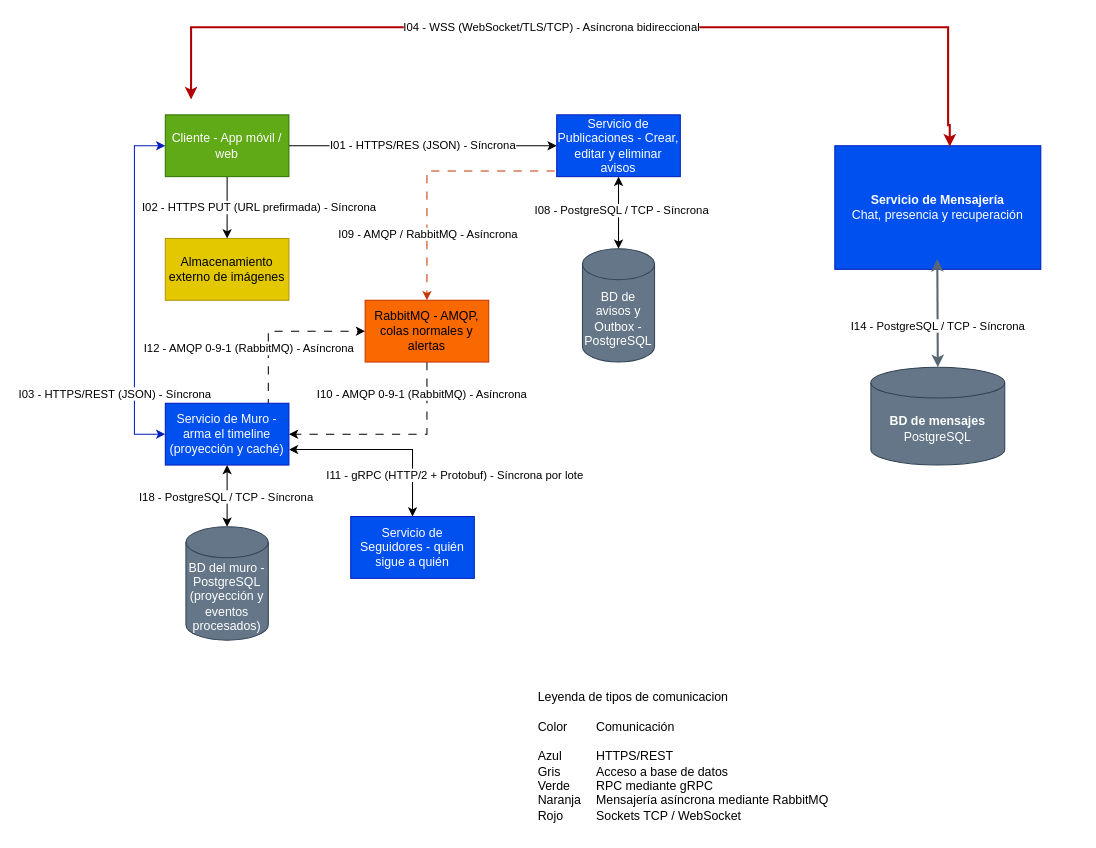
Yukisan-uwo/GA-TL-02-FORM-Modelado-de-Comunicacion-entre-Procesos-Distribuidos keeps this draw.io diagram as Archivo editable y exportado/vecindario.drawio.xml. Above is the earlier version. Source tidied: cells renumbered, new cells numbered last; positions are measured from the earlier drawing's top-left corner, leaving out a move shared by most shapes. Both pictures are drawn from the tidied source at 103%, with x=0, y=0 at pixel (134, 27).
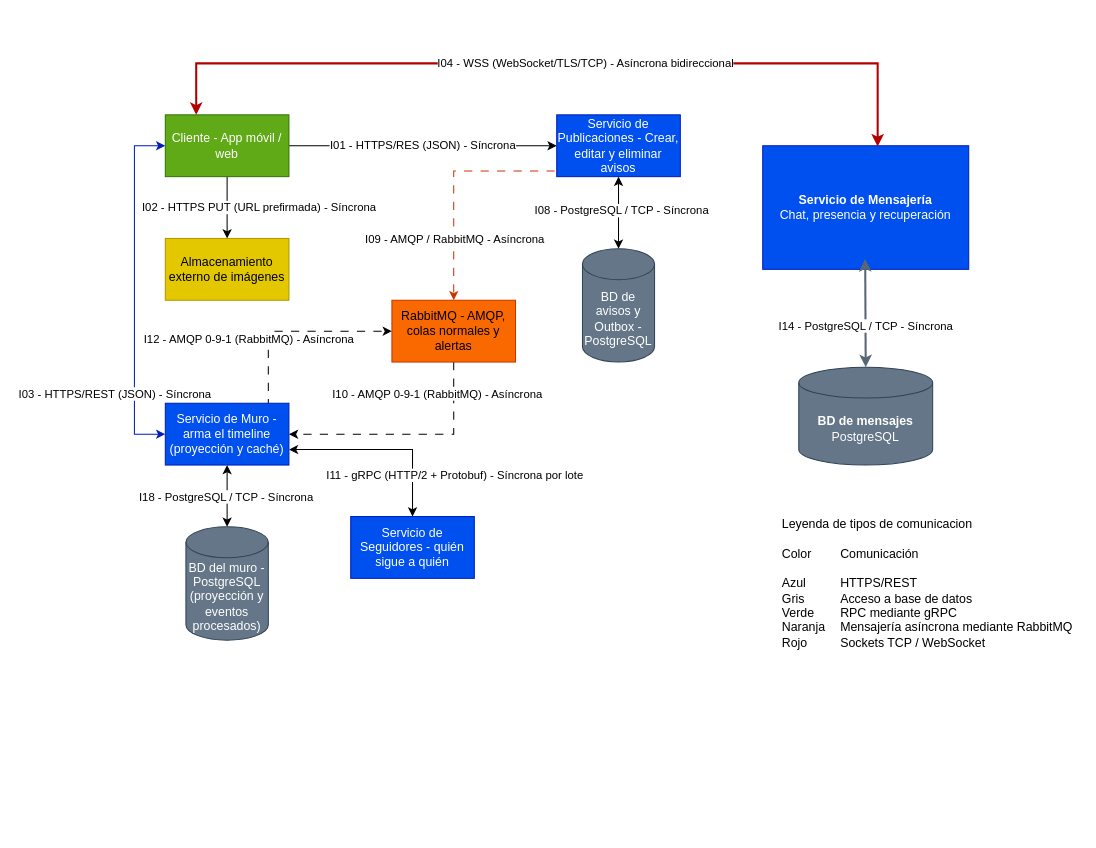
The same page after the edit.

Commit message:
Afine detalles que quedaron muy ambiguos

The change refers to these unchanged cells:
```xml
<mxCell id="7" value="Cliente - App móvil / web" style="rounded=0;whiteSpace=wrap;html=1;fillColor=#60a917;fontColor=#ffffff;strokeColor=#2D7600;" parent="1" vertex="1">
  <mxGeometry x="30" y="85" width="120" height="60" as="geometry" />
</mxCell>
```

The edit, as a diff of the source:
```diff
@@
     <mxCell id="17" value="RabbitMQ - AMQP, colas normales y alertas" style="rounded=0;whiteSpace=wrap;html=1;fillColor=#fa6800;fontColor=light-dark(#000000,#000000);strokeColor=#C73500;" parent="1" vertex="1">
-      <mxGeometry x="224" y="265" width="120" height="60" as="geometry" />
+      <mxGeometry x="250" y="265" width="120" height="60" as="geometry" />
     </mxCell>
@@
     <mxCell id="20" value="&lt;div&gt;Leyenda de tipos de comunicacion&lt;/div&gt;&lt;div&gt;&lt;br&gt;&lt;/div&gt;&lt;div&gt;Color&lt;span style=&quot;white-space:pre&quot;&gt;&#9;&lt;/span&gt;&amp;nbsp;Comunicación&lt;/div&gt;&lt;div&gt;&lt;br&gt;&lt;/div&gt;&lt;div&gt;Azul&lt;span style=&quot;white-space:pre&quot;&gt;&#9;&lt;/span&gt;&amp;nbsp; &amp;nbsp; &amp;nbsp; &amp;nbsp; &amp;nbsp;HTTPS/REST&lt;/div&gt;&lt;div&gt;Gris&lt;span style=&quot;white-space:pre&quot;&gt;&#9;&lt;/span&gt;&amp;nbsp; &amp;nbsp; &amp;nbsp; &amp;nbsp; &amp;nbsp;Acceso a base de datos&lt;/div&gt;&lt;div&gt;Verde&lt;span style=&quot;white-space:pre&quot;&gt;&#9;&lt;/span&gt;&amp;nbsp;RPC mediante gRPC&lt;/div&gt;&lt;div&gt;Naranja&lt;span style=&quot;white-space:pre&quot;&gt;&#9;&lt;/span&gt;&amp;nbsp;Mensajería asíncrona mediante RabbitMQ&lt;/div&gt;&lt;div&gt;Rojo&lt;span style=&quot;white-space:pre&quot;&gt;&#9;&lt;/span&gt;&amp;nbsp; &amp;nbsp; &amp;nbsp; &amp;nbsp; &amp;nbsp;Sockets TCP / WebSocket&lt;/div&gt;" style="text;html=1;whiteSpace=wrap;strokeColor=none;fillColor=none;align=left;verticalAlign=middle;rounded=0;" parent="1" vertex="1">
-      <mxGeometry x="390" y="635" width="290" height="145" as="geometry" />
+      <mxGeometry x="627" y="467.5" width="290" height="145" as="geometry" />
     </mxCell>
@@
     <mxCell id="28" value="&lt;b&gt;Servicio de Mensajería&lt;/b&gt;&lt;br&gt;Chat, presencia y recuperación" style="rounded=0;whiteSpace=wrap;html=1;fillColor=#0050ef;fontColor=#ffffff;strokeColor=#001DBC;" parent="1" vertex="1">
-      <mxGeometry x="680" y="115" width="200" height="120" as="geometry" />
+      <mxGeometry x="610" y="115" width="200" height="120" as="geometry" />
     </mxCell>
     <mxCell id="29" value="&lt;b&gt;BD de mensajes&lt;/b&gt;&lt;br&gt;PostgreSQL" style="shape=cylinder3;whiteSpace=wrap;html=1;boundedLbl=1;backgroundOutline=1;size=15;fillColor=#647687;fontColor=#ffffff;strokeColor=#314354;" parent="1" vertex="1">
-      <mxGeometry x="715" y="330" width="130" height="95" as="geometry" />
+      <mxGeometry x="645" y="330" width="130" height="95" as="geometry" />
     </mxCell>
-    <mxCell id="30" value="I04 - WSS (WebSocket/TLS/TCP) - Asíncrona bidireccional" style="edgeStyle=orthogonalEdgeStyle;rounded=0;jettySize=auto;html=1;defaultLabelBackgroundColor=page;strokeWidth=2;strokeColor=light-dark(#B20000,#FF7474);exitX=0.5;exitY=0;exitDx=0;exitDy=0;startArrow=classic;startFill=1;endArrow=classic;endFill=1;entryX=0.558;entryY=0.006;entryDx=0;entryDy=0;entryPerimeter=0;" parent="1" edge="1" target="28">
-      <mxGeometry x="-0.09" relative="1" as="geometry">
-        <mxPoint x="55" y="70" as="sourcePoint" />
+    <mxCell id="30" value="I04 - WSS (WebSocket/TLS/TCP) - Asíncrona bidireccional" style="edgeStyle=orthogonalEdgeStyle;rounded=0;jettySize=auto;html=1;defaultLabelBackgroundColor=page;strokeWidth=2;strokeColor=light-dark(#B20000,#FF7474);exitX=0.25;exitY=0;exitDx=0;exitDy=0;startArrow=classic;startFill=1;endArrow=classic;endFill=1;entryX=0.558;entryY=0.006;entryDx=0;entryDy=0;entryPerimeter=0;" parent="1" edge="1" source="7" target="28">
+      <mxGeometry x="0.08" relative="1" as="geometry">
         <Array as="points">
-          <mxPoint x="55" />
-          <mxPoint x="790" />
-          <mxPoint x="790" y="95" />
-          <mxPoint x="791.6" y="95" />
+          <mxPoint x="60" y="35" />
+          <mxPoint x="721.6" y="35" />
         </Array>
       </mxGeometry>
     </mxCell>
     <mxCell id="31" value="I14 - PostgreSQL / TCP - Síncrona" style="edgeStyle=orthogonalEdgeStyle;rounded=0;jettySize=auto;html=1;defaultLabelBackgroundColor=page;strokeWidth=2;strokeColor=light-dark(#596774,#A6A6A6);exitX=0.5;exitY=1;exitDx=0;exitDy=0;entryX=0.5;entryY=0;entryDx=0;entryDy=0;startArrow=classic;startFill=1;endArrow=classic;endFill=1;entryPerimeter=0;" parent="1" edge="1" target="29">
       <mxGeometry x="0.24" relative="1" as="geometry">
-        <mxPoint x="779.5" y="225" as="sourcePoint" />
+        <mxPoint x="709.5" y="225" as="sourcePoint" />
       </mxGeometry>
     </mxCell>
```
